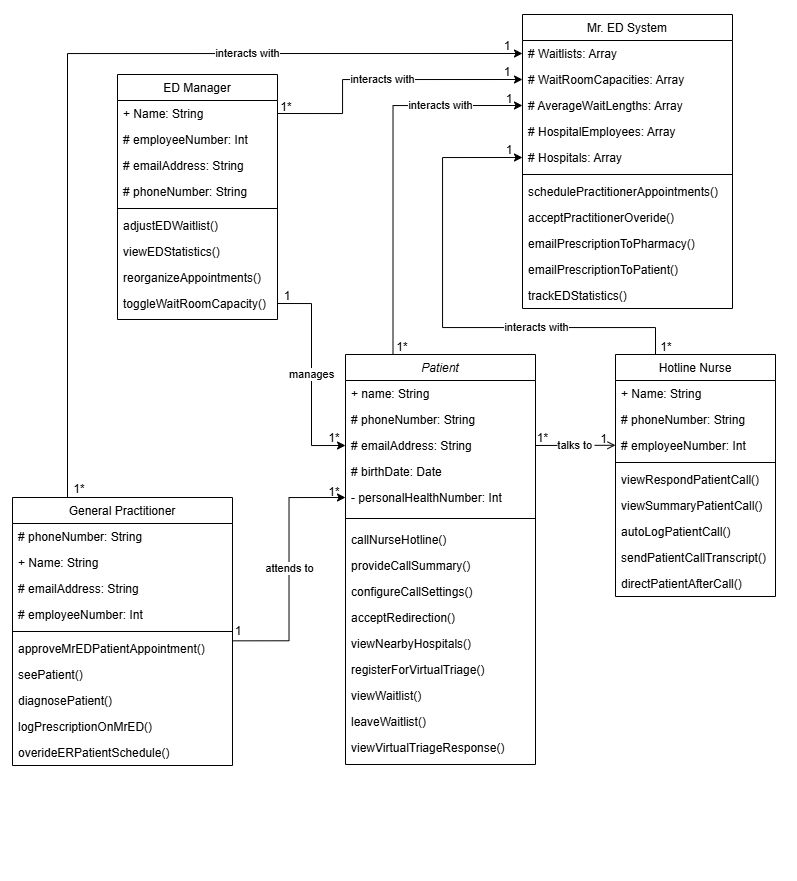
SENG-350-2024-fall/Team9 keeps this draw.io diagram as AmirWork/M3/Mister_ED_ClassDiagram.drawio.png. Above is the earlier version. Source tidied: cells renumbered, new cells last; positions are measured from the earlier drawing's top-left corner, leaving out a move shared by most shapes.
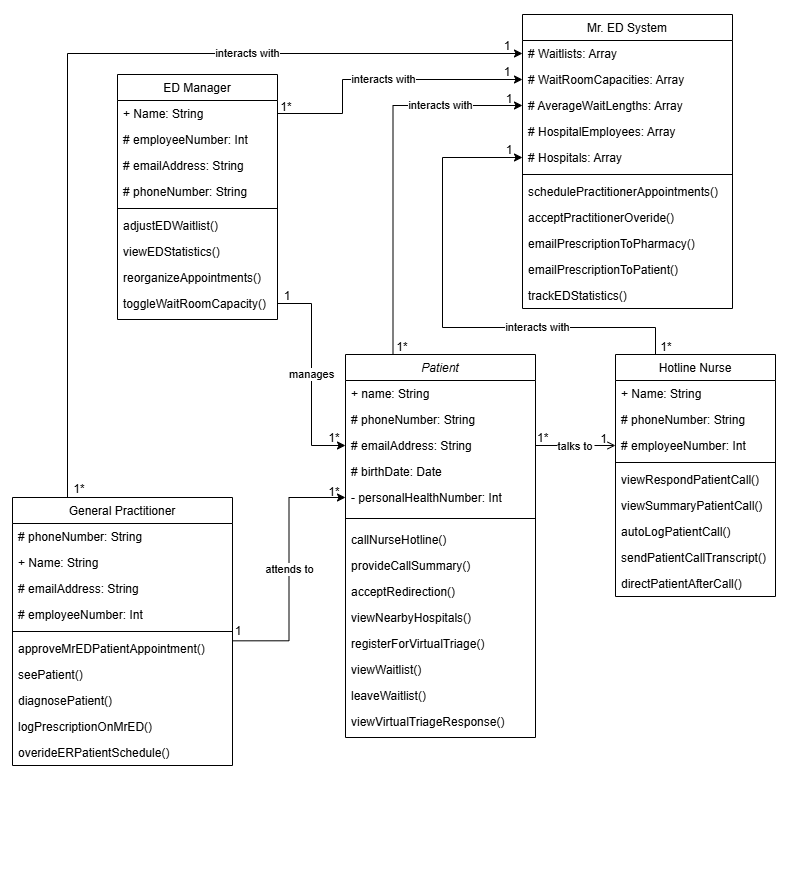
The same file after the commit.

Diff of the diagram source:
```diff
@@ -19,7 +19,7 @@
       <mxGeometry x="0.56" relative="1" as="geometry" />
     </mxCell>
     <mxCell id="6" value="Patient" style="swimlane;fontStyle=2;align=center;verticalAlign=top;horizontal=1;startSize=26;rounded=0;shadow=0;strokeWidth=1;" parent="1" vertex="1">
-      <mxGeometry x="341" y="350" width="190" height="410" as="geometry" />
+      <mxGeometry x="341" y="350" width="190" height="383" as="geometry" />
     </mxCell>
     <mxCell id="7" value="+ name: String" style="text;align=left;verticalAlign=top;spacingLeft=4;spacingRight=4;overflow=hidden;" parent="6" vertex="1">
       <mxGeometry y="26" width="190" height="26" as="geometry" />
@@ -45,26 +45,23 @@
     <mxCell id="14" value="provideCallSummary()&#10;" style="text;align=left;verticalAlign=top;spacingLeft=4;spacingRight=4;overflow=hidden;" parent="6" vertex="1">
       <mxGeometry y="198" width="190" height="26" as="geometry" />
     </mxCell>
-    <mxCell id="15" value="configureCallSettings()&#10;" style="text;align=left;verticalAlign=top;spacingLeft=4;spacingRight=4;overflow=hidden;" parent="6" vertex="1">
-      <mxGeometry y="224" width="190" height="26" as="geometry" />
-    </mxCell>
     <mxCell id="16" value="acceptRedirection()&#10;" style="text;align=left;verticalAlign=top;spacingLeft=4;spacingRight=4;overflow=hidden;" parent="6" vertex="1">
-      <mxGeometry y="250" width="190" height="26" as="geometry" />
+      <mxGeometry y="224" width="190" height="26" as="geometry" />
     </mxCell>
     <mxCell id="17" value="viewNearbyHospitals()&#10;" style="text;align=left;verticalAlign=top;spacingLeft=4;spacingRight=4;overflow=hidden;" parent="6" vertex="1">
-      <mxGeometry y="276" width="190" height="26" as="geometry" />
+      <mxGeometry y="250" width="190" height="26" as="geometry" />
     </mxCell>
     <mxCell id="18" value="registerForVirtualTriage()&#10;" style="text;align=left;verticalAlign=top;spacingLeft=4;spacingRight=4;overflow=hidden;" parent="6" vertex="1">
-      <mxGeometry y="302" width="190" height="26" as="geometry" />
+      <mxGeometry y="276" width="190" height="26" as="geometry" />
     </mxCell>
     <mxCell id="19" value="viewWaitlist()&#10;" style="text;align=left;verticalAlign=top;spacingLeft=4;spacingRight=4;overflow=hidden;" parent="6" vertex="1">
-      <mxGeometry y="328" width="190" height="26" as="geometry" />
+      <mxGeometry y="302" width="190" height="26" as="geometry" />
     </mxCell>
     <mxCell id="20" value="leaveWaitlist()&#10;" style="text;align=left;verticalAlign=top;spacingLeft=4;spacingRight=4;overflow=hidden;" parent="6" vertex="1">
-      <mxGeometry y="354" width="190" height="26" as="geometry" />
+      <mxGeometry y="328" width="190" height="26" as="geometry" />
     </mxCell>
     <mxCell id="21" value="viewVirtualTriageResponse()&#10;" style="text;align=left;verticalAlign=top;spacingLeft=4;spacingRight=4;overflow=hidden;" parent="6" vertex="1">
-      <mxGeometry y="380" width="190" height="26" as="geometry" />
+      <mxGeometry y="354" width="190" height="26" as="geometry" />
     </mxCell>
     <mxCell id="22" value="ED Manager" style="swimlane;fontStyle=0;align=center;verticalAlign=top;horizontal=1;startSize=26;rounded=0;shadow=0;strokeWidth=1;" parent="1" vertex="1">
       <mxGeometry x="113" y="70" width="160" height="245" as="geometry" />
```
